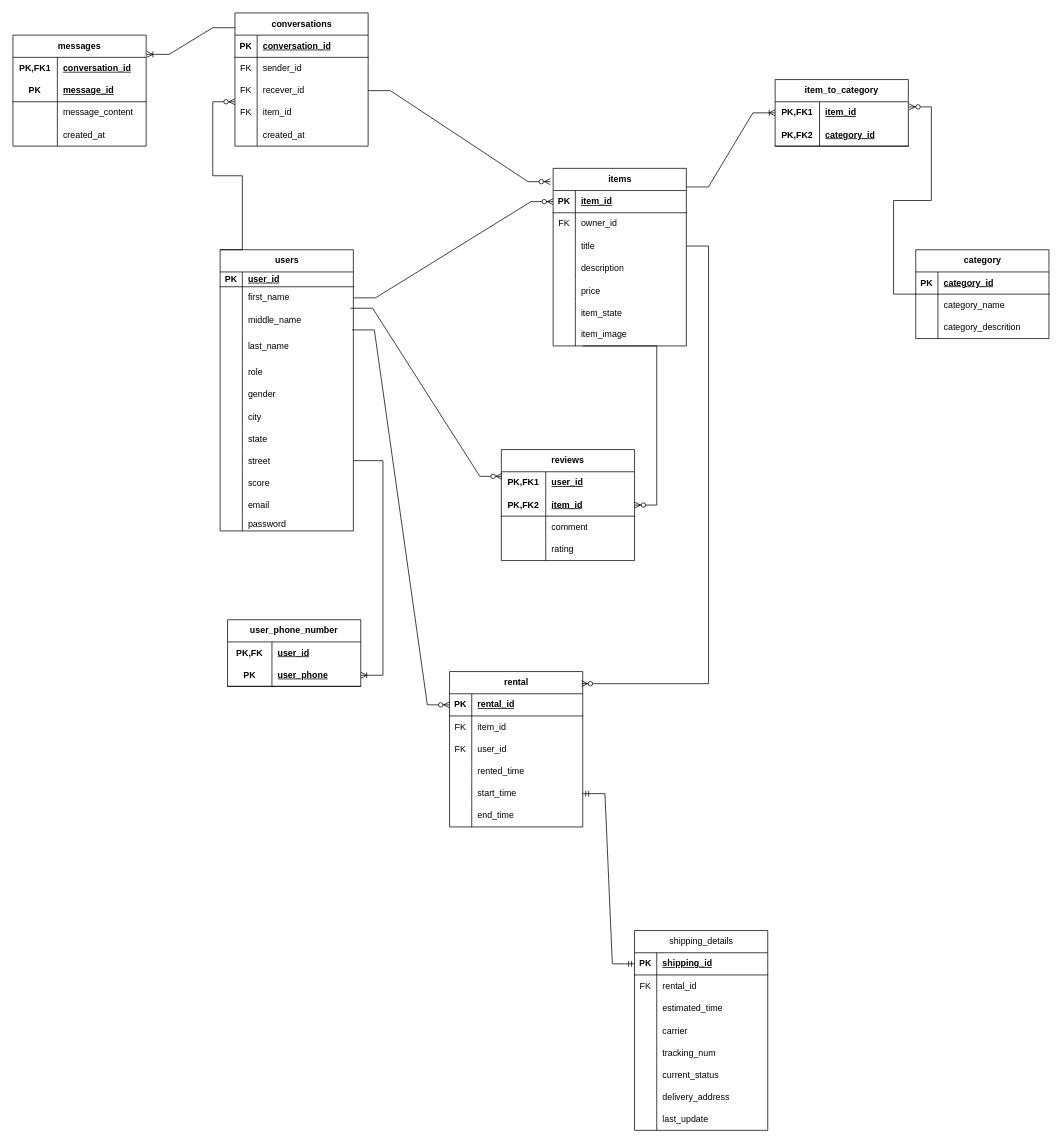
This is documents/relational_model.drawio from ZiadMostafaGit/graduation-project, a draw.io file, before an edit. Source tidied: cells renumbered, new cells numbered last; positions are measured from the earlier drawing's top-left corner, leaving out a move shared by most shapes. Both pictures are drawn from the tidied source at 74%, with x=0, y=0 at pixel (13, -195).
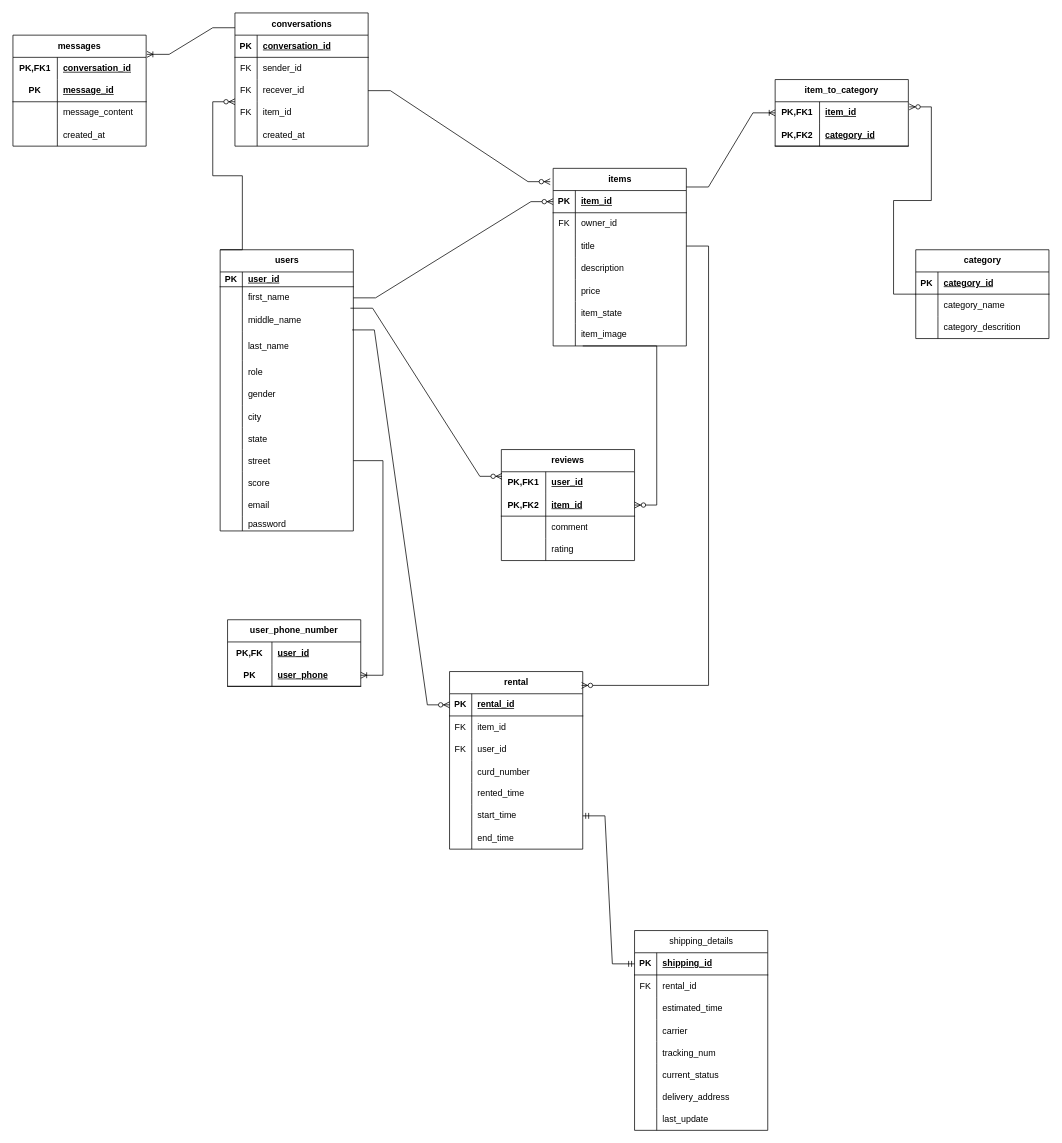
The same page after the edit.

Commit message (it also covers changes not shown here):
uppdate erd relational model and add the new DB prototype

What changed in the source:
```diff
@@
     <mxCell id="139" value="rental" style="shape=table;startSize=30;childLayout=tableLayout;rowLines=0;fontStyle=1;align=center;html=1;" parent="1" vertex="1">
-      <mxGeometry x="590" y="1170" width="180" height="210" as="geometry" />
+      <mxGeometry x="590" y="1170" width="180" height="240" as="geometry" />
     </mxCell>
@@
+    <mxCell id="183" style="shape=tableRow;horizontal=0;startSize=0;swimlaneHead=0;swimlaneBody=0;fillColor=none;top=0;left=0;right=0;bottom=0;" parent="139" vertex="1">
+      <mxGeometry y="120" width="180" height="30" as="geometry" />
+    </mxCell>
+    <mxCell id="184" style="shape=partialRectangle;fillColor=none;top=0;left=0;bottom=0;right=0;overflow=hidden;" parent="183" vertex="1">
+      <mxGeometry width="30" height="30" as="geometry" />
+    </mxCell>
+    <mxCell id="185" value="curd_number" style="shape=partialRectangle;fillColor=none;top=0;left=0;bottom=0;right=0;align=left;spacingLeft=6;overflow=hidden;" parent="183" vertex="1">
+      <mxGeometry x="30" width="150" height="30" as="geometry" />
+    </mxCell>
     <mxCell id="149" style="shape=tableRow;horizontal=0;startSize=0;swimlaneHead=0;swimlaneBody=0;fillColor=none;top=0;left=0;right=0;bottom=0;" parent="139" vertex="1">
-      <mxGeometry y="120" width="180" height="30" as="geometry" />
+      <mxGeometry y="150" width="180" height="30" as="geometry" />
     </mxCell>
@@
     <mxCell id="152" style="shape=tableRow;horizontal=0;startSize=0;swimlaneHead=0;swimlaneBody=0;fillColor=none;points=[[0,0.5],[1,0.5]];portConstraint=eastwest;top=0;left=0;right=0;bottom=0;" parent="139" vertex="1">
-      <mxGeometry y="150" width="180" height="30" as="geometry" />
+      <mxGeometry y="180" width="180" height="30" as="geometry" />
     </mxCell>
@@
     <mxCell id="155" style="shape=tableRow;horizontal=0;startSize=0;swimlaneHead=0;swimlaneBody=0;fillColor=none;top=0;left=0;right=0;bottom=0;" parent="139" vertex="1">
-      <mxGeometry y="180" width="180" height="30" as="geometry" />
+      <mxGeometry y="210" width="180" height="30" as="geometry" />
     </mxCell>
```
